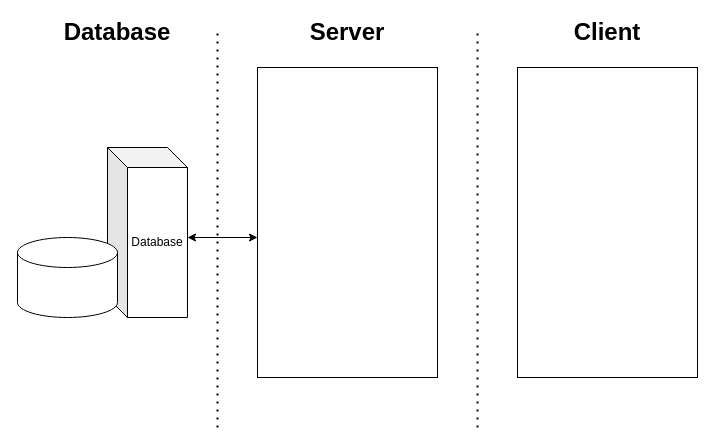
Above: digital_twin_in_agriculture.drawio in Kakoyi945/cloud (draw.io), before the change. Source tidied: cells renumbered, new cells numbered last; positions are measured from the earlier drawing's top-left corner, leaving out a move shared by most shapes. Both pictures are drawn from the tidied source at 100%, with x=0, y=0 at pixel (17, 17).
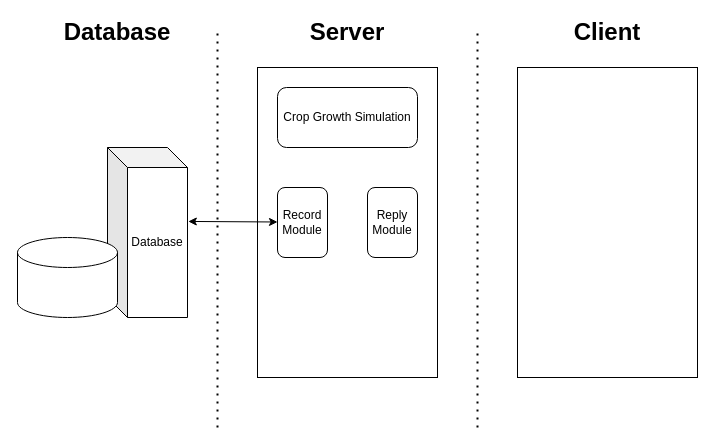
After the change.

The edit, as a diff of the source:
```diff
@@
 <mxGraphModel>
   <root>
     <mxCell id="0" />
     <mxCell id="1" parent="0" />
     <mxCell id="2" style="rounded=0;whiteSpace=wrap;html=1;" parent="1" vertex="1">
       <mxGeometry x="500" y="50" width="180" height="310" as="geometry" />
     </mxCell>
     <mxCell id="3" style="rounded=0;whiteSpace=wrap;html=1;" parent="1" vertex="1">
       <mxGeometry x="240" y="50" width="180" height="310" as="geometry" />
     </mxCell>
     <mxCell id="4" style="endArrow=none;dashed=1;html=1;dashPattern=1 3;strokeWidth=2;rounded=0;" parent="1" edge="1">
       <mxGeometry relative="1" as="geometry">
         <mxPoint x="460" y="410" as="sourcePoint" />
         <mxPoint x="460" y="10" as="targetPoint" />
       </mxGeometry>
     </mxCell>
     <mxCell id="5" style="endArrow=none;dashed=1;html=1;dashPattern=1 3;strokeWidth=2;rounded=0;" parent="1" edge="1">
       <mxGeometry relative="1" as="geometry">
         <mxPoint x="200" y="410" as="sourcePoint" />
         <mxPoint x="200" y="10" as="targetPoint" />
       </mxGeometry>
     </mxCell>
     <mxCell id="6" value="Database" style="shape=cube;whiteSpace=wrap;html=1;boundedLbl=1;backgroundOutline=1;darkOpacity=0.05;darkOpacity2=0.1;" parent="1" vertex="1">
       <mxGeometry x="90" y="130" width="80" height="170" as="geometry" />
     </mxCell>
     <mxCell id="7" style="shape=cylinder3;whiteSpace=wrap;html=1;boundedLbl=1;backgroundOutline=1;size=15;" parent="1" vertex="1">
       <mxGeometry y="220" width="100" height="80" as="geometry" />
     </mxCell>
-    <mxCell id="8" style="endArrow=classic;startArrow=classic;html=1;rounded=0;" parent="1" edge="1">
-      <mxGeometry relative="1" as="geometry">
-        <mxPoint x="170" y="220" as="sourcePoint" />
-        <mxPoint x="240" y="220" as="targetPoint" />
-      </mxGeometry>
-    </mxCell>
     <mxCell id="9" value="&lt;font style=&quot;font-size: 24px;&quot;&gt;&lt;b&gt;Server&lt;/b&gt;&lt;/font&gt;" style="text;html=1;strokeColor=none;fillColor=none;align=center;verticalAlign=middle;whiteSpace=wrap;rounded=0;" parent="1" vertex="1">
       <mxGeometry x="300" width="60" height="30" as="geometry" />
     </mxCell>
     <mxCell id="10" value="&lt;font style=&quot;font-size: 24px;&quot;&gt;&lt;b&gt;Client&lt;/b&gt;&lt;/font&gt;" style="text;html=1;strokeColor=none;fillColor=none;align=center;verticalAlign=middle;whiteSpace=wrap;rounded=0;" parent="1" vertex="1">
       <mxGeometry x="560" width="60" height="30" as="geometry" />
     </mxCell>
     <mxCell id="11" value="&lt;font style=&quot;font-size: 24px;&quot;&gt;&lt;b&gt;Database&lt;/b&gt;&lt;/font&gt;" style="text;html=1;strokeColor=none;fillColor=none;align=center;verticalAlign=middle;whiteSpace=wrap;rounded=0;" parent="1" vertex="1">
       <mxGeometry x="70" width="60" height="30" as="geometry" />
     </mxCell>
+    <mxCell id="12" value="Crop Growth Simulation" style="rounded=1;whiteSpace=wrap;html=1;" parent="1" vertex="1">
+      <mxGeometry x="260" y="70" width="140" height="60" as="geometry" />
+    </mxCell>
+    <mxCell id="13" value="Record Module" style="rounded=1;whiteSpace=wrap;html=1;" parent="1" vertex="1">
+      <mxGeometry x="260" y="170" width="50" height="70" as="geometry" />
+    </mxCell>
+    <mxCell id="14" value="Reply Module" style="rounded=1;whiteSpace=wrap;html=1;" parent="1" vertex="1">
+      <mxGeometry x="350" y="170" width="50" height="70" as="geometry" />
+    </mxCell>
+    <mxCell id="15" style="endArrow=classic;startArrow=classic;html=1;rounded=0;exitX=1.01;exitY=0.435;exitDx=0;exitDy=0;exitPerimeter=0;" parent="1" edge="1" source="6">
+      <mxGeometry relative="1" as="geometry">
+        <mxPoint x="260" y="204.5" as="targetPoint" />
+      </mxGeometry>
+    </mxCell>
   </root>
 </mxGraphModel>
```
